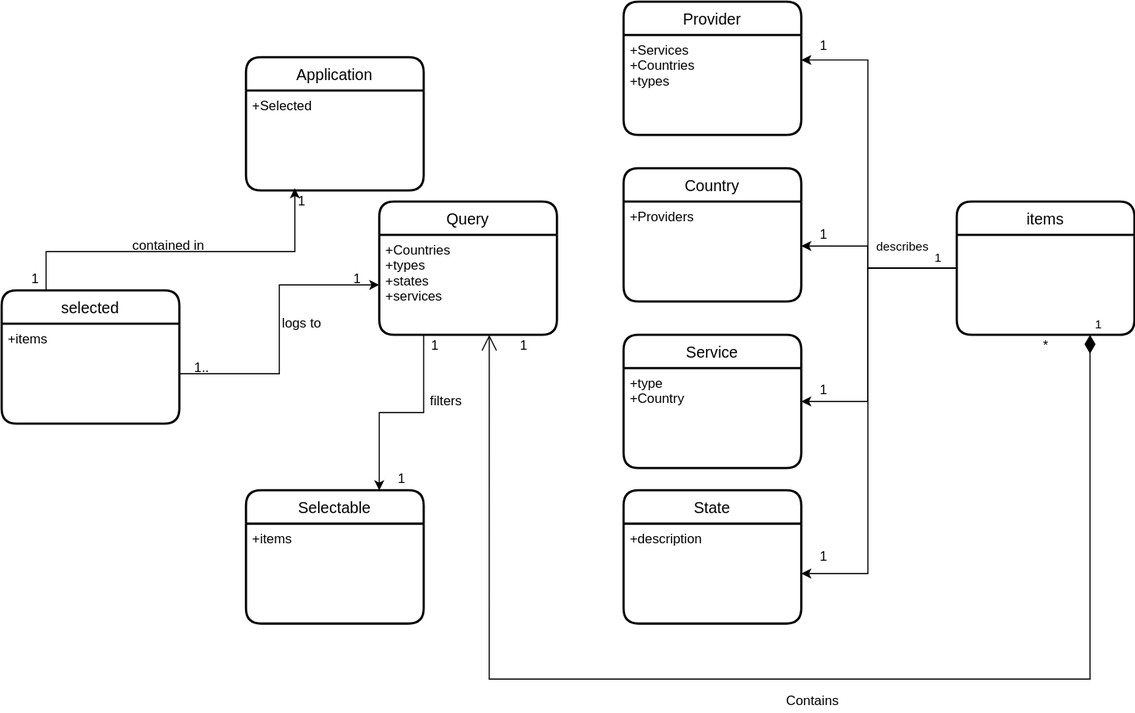
The draw.io diagram documentation/domain model/Domain_diagram.svg in Geostartico/Trusted-list-browser, before a commit. Source tidied: cells renumbered, new cells last; positions are measured from the earlier drawing's top-left corner, leaving out a move shared by most shapes.
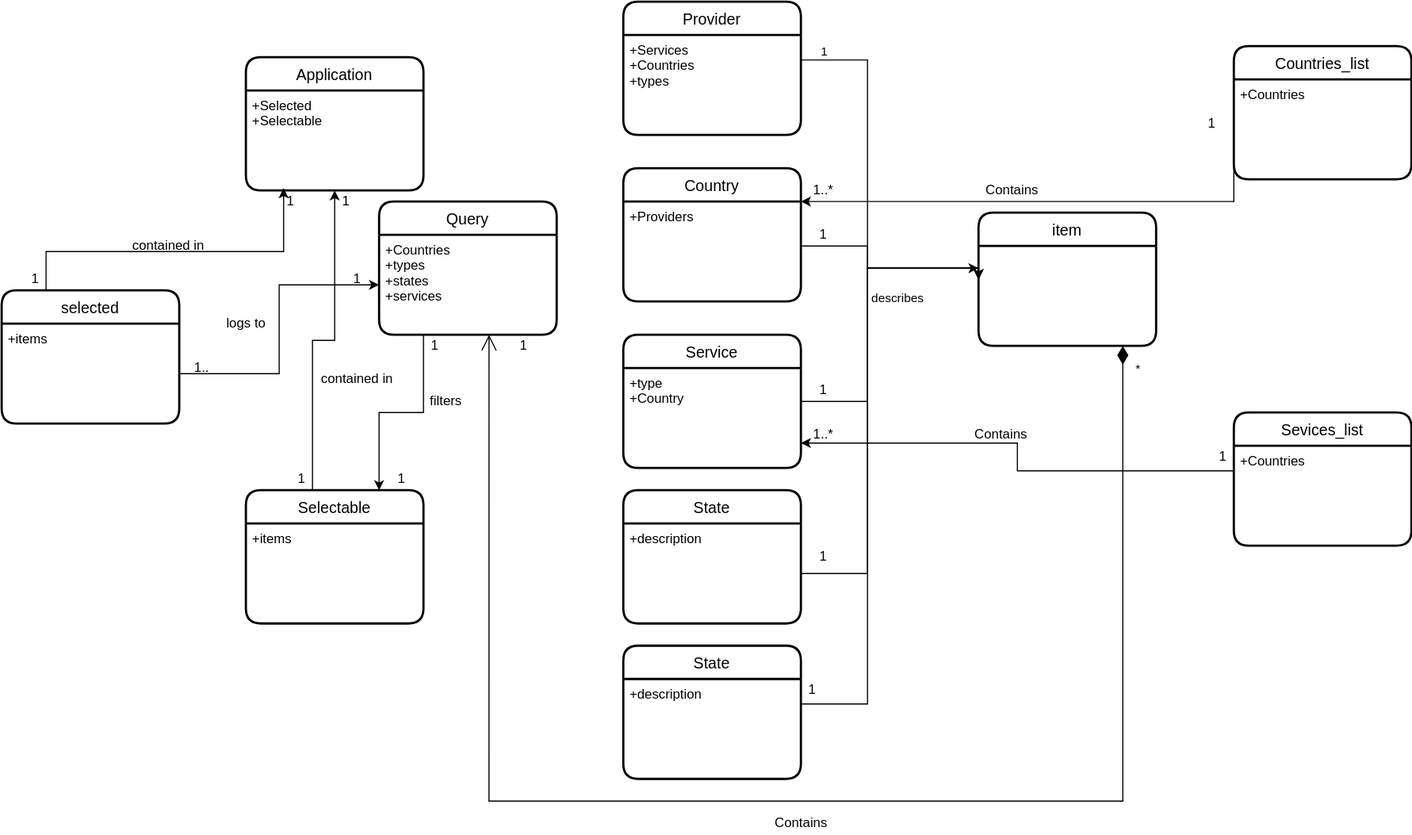
Above is the later version.

Commit message:
added internal behaviour diagram, updated domanin and use_cases

Diff of the diagram source:
```diff
@@ -44,64 +44,44 @@
     <mxCell id="15" value="Application" style="swimlane;horizontal=1;startSize=30;rounded=1;fontSize=14;fontStyle=0;strokeWidth=2;shadow=0;dashed=0;align=center;" parent="1" vertex="1">
       <mxGeometry x="220" y="50" width="160" height="120" as="geometry" />
     </mxCell>
-    <mxCell id="16" value="+Selected" style="align=left;strokeColor=none;fillColor=none;spacingLeft=4;fontSize=12;verticalAlign=top;" parent="15" vertex="1">
+    <mxCell id="16" value="+Selected&#10;+Selectable&#10;" style="align=left;strokeColor=none;fillColor=none;spacingLeft=4;fontSize=12;verticalAlign=top;" parent="15" vertex="1">
       <mxGeometry y="30" width="160" height="90" as="geometry" />
     </mxCell>
-    <mxCell id="17" style="edgeStyle=orthogonalEdgeStyle;rounded=0;jettySize=auto;html=1;exitX=0;exitY=0.5;exitDx=0;exitDy=0;entryX=1;entryY=0.25;entryDx=0;entryDy=0;" parent="1" edge="1" source="23" target="5">
-      <mxGeometry relative="1" as="geometry">
-        <Array as="points">
-          <mxPoint x="780" y="240" />
-          <mxPoint x="780" y="53" />
-        </Array>
-      </mxGeometry>
-    </mxCell>
-    <mxCell id="18" value="1" style="edgeLabel;html=1;align=center;verticalAlign=middle;" parent="17" vertex="1">
-      <mxGeometry x="-0.89" y="-1" relative="1" as="geometry">
-        <mxPoint y="-9" as="offset" />
-      </mxGeometry>
-    </mxCell>
-    <mxCell id="19" value="describes" style="edgeLabel;html=1;align=center;verticalAlign=middle;" parent="17" vertex="1">
-      <mxGeometry x="0.09" y="-2" relative="1" as="geometry">
-        <mxPoint x="28" y="79" as="offset" />
-      </mxGeometry>
-    </mxCell>
-    <mxCell id="20" style="edgeStyle=orthogonalEdgeStyle;rounded=0;jettySize=auto;html=1;" parent="1" edge="1" source="23">
+    <mxCell id="20" style="edgeStyle=orthogonalEdgeStyle;rounded=0;jettySize=auto;html=1;" parent="1" edge="1" target="23">
       <mxGeometry relative="1" as="geometry">
-        <mxPoint x="720" y="220" as="targetPoint" />
+        <mxPoint x="720" y="220" as="sourcePoint" />
         <Array as="points">
+          <mxPoint x="780" y="220" />
           <mxPoint x="780" y="240" />
-          <mxPoint x="780" y="220" />
         </Array>
       </mxGeometry>
     </mxCell>
-    <mxCell id="21" style="edgeStyle=orthogonalEdgeStyle;rounded=0;jettySize=auto;html=1;exitX=0;exitY=0.5;exitDx=0;exitDy=0;" parent="1" edge="1" source="23" target="6">
+    <mxCell id="21" style="edgeStyle=orthogonalEdgeStyle;rounded=0;jettySize=auto;html=1;entryX=0;entryY=0.5;entryDx=0;entryDy=0;" parent="1" edge="1" source="6" target="23">
       <mxGeometry relative="1" as="geometry">
         <Array as="points">
+          <mxPoint x="780" y="360" />
           <mxPoint x="780" y="240" />
-          <mxPoint x="780" y="360" />
         </Array>
       </mxGeometry>
     </mxCell>
-    <mxCell id="22" style="edgeStyle=orthogonalEdgeStyle;rounded=0;jettySize=auto;html=1;exitX=0;exitY=0.5;exitDx=0;exitDy=0;entryX=1;entryY=0.5;entryDx=0;entryDy=0;" parent="1" edge="1" source="23" target="11">
-      <mxGeometry relative="1" as="geometry">
-        <Array as="points">
-          <mxPoint x="780" y="240" />
-          <mxPoint x="780" y="515" />
-        </Array>
-      </mxGeometry>
-    </mxCell>
-    <mxCell id="23" value="items" style="swimlane;horizontal=1;startSize=30;rounded=1;fontSize=14;fontStyle=0;strokeWidth=2;shadow=0;dashed=0;align=center;" parent="1" vertex="1">
-      <mxGeometry x="860" y="180" width="160" height="120" as="geometry" />
+    <mxCell id="23" value="item" style="swimlane;horizontal=1;startSize=30;rounded=1;fontSize=14;fontStyle=0;strokeWidth=2;shadow=0;dashed=0;align=center;" parent="1" vertex="1">
+      <mxGeometry x="880" y="190" width="160" height="120" as="geometry" />
     </mxCell>
+    <mxCell id="45" style="edgeStyle=orthogonalEdgeStyle;rounded=0;jettySize=auto;html=1;exitX=0.25;exitY=0;exitDx=0;exitDy=0;entryX=0.5;entryY=1;entryDx=0;entryDy=0;" parent="1" edge="1" source="24" target="16">
+      <mxGeometry relative="1" as="geometry">
+        <Array as="points">
+          <mxPoint x="280" y="440" />
+          <mxPoint x="280" y="305" />
+          <mxPoint x="300" y="305" />
+        </Array>
+      </mxGeometry>
+    </mxCell>
     <mxCell id="24" value="Selectable" style="swimlane;horizontal=1;startSize=30;rounded=1;fontSize=14;fontStyle=0;strokeWidth=2;shadow=0;dashed=0;align=center;" parent="1" vertex="1">
       <mxGeometry x="220" y="440" width="160" height="120" as="geometry" />
     </mxCell>
     <mxCell id="25" value="+items&#10;" style="align=left;strokeColor=none;fillColor=none;spacingLeft=4;fontSize=12;verticalAlign=top;" parent="24" vertex="1">
       <mxGeometry y="30" width="160" height="90" as="geometry" />
     </mxCell>
-    <mxCell id="26" value="1" style="text;html=1;align=center;verticalAlign=middle;strokeColor=none;fillColor=none;" parent="1" vertex="1">
-      <mxGeometry x="730" y="30" width="20" height="20" as="geometry" />
-    </mxCell>
     <mxCell id="27" value="1" style="text;html=1;align=center;verticalAlign=middle;strokeColor=none;fillColor=none;" parent="1" vertex="1">
       <mxGeometry x="730" y="200" width="20" height="20" as="geometry" />
     </mxCell>
@@ -112,11 +92,8 @@
       <mxGeometry x="730" y="490" width="20" height="20" as="geometry" />
     </mxCell>
     <mxCell id="30" value="Contains" style="text;html=1;align=center;verticalAlign=middle;strokeColor=none;fillColor=none;" parent="1" vertex="1">
-      <mxGeometry x="700" y="620" width="60" height="20" as="geometry" />
+      <mxGeometry x="690" y="730" width="60" height="20" as="geometry" />
     </mxCell>
-    <mxCell id="31" value="*" style="text;html=1;align=center;verticalAlign=middle;strokeColor=none;fillColor=none;" parent="1" vertex="1">
-      <mxGeometry x="930" y="300" width="20" height="20" as="geometry" />
-    </mxCell>
     <mxCell id="32" value="1" style="text;html=1;align=center;verticalAlign=middle;strokeColor=none;fillColor=none;" parent="1" vertex="1">
       <mxGeometry x="460" y="300" width="20" height="20" as="geometry" />
     </mxCell>
@@ -127,16 +104,17 @@
       <mxGeometry x="110" y="210" width="80" height="20" as="geometry" />
     </mxCell>
     <mxCell id="35" value="1" style="text;html=1;align=center;verticalAlign=middle;points=[];strokeColor=none;fillColor=none;" parent="1" vertex="1">
-      <mxGeometry x="260" y="170" width="20" height="20" as="geometry" />
+      <mxGeometry x="250" y="170" width="20" height="20" as="geometry" />
     </mxCell>
     <mxCell id="36" value="1" style="text;html=1;align=center;verticalAlign=middle;strokeColor=none;fillColor=none;" parent="1" vertex="1">
       <mxGeometry x="20" y="240" width="20" height="20" as="geometry" />
     </mxCell>
-    <mxCell id="37" value="1" style="endArrow=open;html=1;endSize=12;startArrow=diamondThin;startSize=14;startFill=1;edgeStyle=orthogonalEdgeStyle;align=left;verticalAlign=bottom;rounded=0;exitX=0.75;exitY=1;exitDx=0;exitDy=0;entryX=0.619;entryY=1;entryDx=0;entryDy=0;entryPerimeter=0;" parent="1" edge="1" source="23" target="9">
-      <mxGeometry x="-1" y="3" relative="1" as="geometry">
+    <mxCell id="37" value="*" style="endArrow=open;html=1;endSize=12;startArrow=diamondThin;startSize=14;startFill=1;edgeStyle=orthogonalEdgeStyle;align=left;verticalAlign=bottom;rounded=0;entryX=0.619;entryY=1;entryDx=0;entryDy=0;entryPerimeter=0;" parent="1" edge="1" target="9">
+      <mxGeometry x="-0.96" y="10" relative="1" as="geometry">
+        <mxPoint x="1010" y="310" as="sourcePoint" />
         <Array as="points">
-          <mxPoint x="980" y="610" />
-          <mxPoint x="439" y="610" />
+          <mxPoint x="1010" y="720" />
+          <mxPoint x="439" y="720" />
         </Array>
       </mxGeometry>
     </mxCell>
@@ -156,10 +134,103 @@
       <mxGeometry x="165" y="320" width="30" height="20" as="geometry" />
     </mxCell>
     <mxCell id="43" value="logs to" style="text;html=1;align=center;verticalAlign=middle;strokeColor=none;fillColor=none;" parent="1" vertex="1">
-      <mxGeometry x="245" y="280" width="50" height="20" as="geometry" />
+      <mxGeometry x="195" y="280" width="50" height="20" as="geometry" />
     </mxCell>
     <mxCell id="44" value="1" style="text;html=1;align=center;verticalAlign=middle;strokeColor=none;fillColor=none;" parent="1" vertex="1">
       <mxGeometry x="310" y="240" width="20" height="20" as="geometry" />
     </mxCell>
+    <mxCell id="46" value="contained in" style="text;html=1;align=center;verticalAlign=middle;strokeColor=none;fillColor=none;" parent="1" vertex="1">
+      <mxGeometry x="280" y="330" width="80" height="20" as="geometry" />
+    </mxCell>
+    <mxCell id="47" value="1" style="text;html=1;align=center;verticalAlign=middle;strokeColor=none;fillColor=none;" parent="1" vertex="1">
+      <mxGeometry x="260" y="420" width="20" height="20" as="geometry" />
+    </mxCell>
+    <mxCell id="48" value="1" style="text;html=1;align=center;verticalAlign=middle;strokeColor=none;fillColor=none;" parent="1" vertex="1">
+      <mxGeometry x="300" y="170" width="20" height="20" as="geometry" />
+    </mxCell>
+    <mxCell id="49" value="Countries_list" style="swimlane;horizontal=1;startSize=30;rounded=1;fontSize=14;fontStyle=0;strokeWidth=2;shadow=0;dashed=0;align=center;" parent="1" vertex="1">
+      <mxGeometry x="1110" y="40" width="160" height="120" as="geometry" />
+    </mxCell>
+    <mxCell id="50" value="+Countries" style="align=left;strokeColor=none;fillColor=none;spacingLeft=4;fontSize=12;verticalAlign=top;" parent="49" vertex="1">
+      <mxGeometry y="30" width="160" height="90" as="geometry" />
+    </mxCell>
+    <mxCell id="51" value="1" style="text;html=1;align=center;verticalAlign=middle;strokeColor=none;fillColor=none;" parent="1" vertex="1">
+      <mxGeometry x="1080" y="100" width="20" height="20" as="geometry" />
+    </mxCell>
+    <mxCell id="52" style="edgeStyle=orthogonalEdgeStyle;rounded=0;jettySize=auto;html=1;exitX=0;exitY=0.75;exitDx=0;exitDy=0;entryX=1;entryY=0;entryDx=0;entryDy=0;" parent="1" edge="1" source="50" target="3">
+      <mxGeometry relative="1" as="geometry">
+        <Array as="points">
+          <mxPoint x="1110" y="180" />
+        </Array>
+      </mxGeometry>
+    </mxCell>
+    <mxCell id="53" value="1..*" style="text;html=1;align=center;verticalAlign=middle;strokeColor=none;fillColor=none;" parent="1" vertex="1">
+      <mxGeometry x="725" y="160" width="30" height="20" as="geometry" />
+    </mxCell>
+    <mxCell id="54" value="Sevices_list" style="swimlane;horizontal=1;startSize=30;rounded=1;fontSize=14;fontStyle=0;strokeWidth=2;shadow=0;dashed=0;align=center;" parent="1" vertex="1">
+      <mxGeometry x="1110" y="370" width="160" height="120" as="geometry" />
+    </mxCell>
+    <mxCell id="55" value="+Countries" style="align=left;strokeColor=none;fillColor=none;spacingLeft=4;fontSize=12;verticalAlign=top;" parent="54" vertex="1">
+      <mxGeometry y="30" width="160" height="90" as="geometry" />
+    </mxCell>
+    <mxCell id="56" value="Contains" style="text;html=1;align=center;verticalAlign=middle;strokeColor=none;fillColor=none;" parent="1" vertex="1">
+      <mxGeometry x="880" y="160" width="60" height="20" as="geometry" />
+    </mxCell>
+    <mxCell id="57" value="State" style="swimlane;horizontal=1;startSize=30;rounded=1;fontSize=14;fontStyle=0;strokeWidth=2;shadow=0;dashed=0;align=center;" parent="1" vertex="1">
+      <mxGeometry x="560" y="580" width="160" height="120" as="geometry" />
+    </mxCell>
+    <mxCell id="58" value="+description" style="align=left;strokeColor=none;fillColor=none;spacingLeft=4;fontSize=12;verticalAlign=top;" parent="57" vertex="1">
+      <mxGeometry y="30" width="160" height="90" as="geometry" />
+    </mxCell>
+    <mxCell id="59" value="1" style="text;html=1;align=center;verticalAlign=middle;strokeColor=none;fillColor=none;" parent="1" vertex="1">
+      <mxGeometry x="720" y="610" width="20" height="20" as="geometry" />
+    </mxCell>
+    <mxCell id="60" style="edgeStyle=orthogonalEdgeStyle;rounded=0;jettySize=auto;html=1;exitX=0;exitY=0.25;exitDx=0;exitDy=0;entryX=1;entryY=0.75;entryDx=0;entryDy=0;" parent="1" edge="1" source="55" target="7">
+      <mxGeometry relative="1" as="geometry" />
+    </mxCell>
+    <mxCell id="61" value="1..*" style="text;html=1;align=center;verticalAlign=middle;strokeColor=none;fillColor=none;" parent="1" vertex="1">
+      <mxGeometry x="725" y="380" width="30" height="20" as="geometry" />
+    </mxCell>
+    <mxCell id="62" value="1" style="text;html=1;align=center;verticalAlign=middle;strokeColor=none;fillColor=none;" parent="1" vertex="1">
+      <mxGeometry x="1090" y="400" width="20" height="20" as="geometry" />
+    </mxCell>
+    <mxCell id="63" value="Contains" style="text;html=1;align=center;verticalAlign=middle;strokeColor=none;fillColor=none;" parent="1" vertex="1">
+      <mxGeometry x="870" y="380" width="60" height="20" as="geometry" />
+    </mxCell>
+    <mxCell id="64" style="edgeStyle=orthogonalEdgeStyle;rounded=0;jettySize=auto;html=1;exitX=1;exitY=0.25;exitDx=0;exitDy=0;entryX=0;entryY=0.5;entryDx=0;entryDy=0;" parent="1" edge="1" source="58" target="23">
+      <mxGeometry relative="1" as="geometry">
+        <Array as="points">
+          <mxPoint x="780" y="633" />
+          <mxPoint x="780" y="240" />
+          <mxPoint x="880" y="240" />
+        </Array>
+      </mxGeometry>
+    </mxCell>
+    <mxCell id="22" style="edgeStyle=orthogonalEdgeStyle;rounded=0;jettySize=auto;html=1;exitX=1;exitY=0.5;exitDx=0;exitDy=0;entryX=0;entryY=0.5;entryDx=0;entryDy=0;" parent="1" edge="1" source="11" target="23">
+      <mxGeometry relative="1" as="geometry">
+        <Array as="points">
+          <mxPoint x="780" y="515" />
+          <mxPoint x="780" y="240" />
+        </Array>
+      </mxGeometry>
+    </mxCell>
+    <mxCell id="17" style="edgeStyle=orthogonalEdgeStyle;rounded=0;jettySize=auto;html=1;exitX=1;exitY=0.25;exitDx=0;exitDy=0;entryX=0;entryY=0.5;entryDx=0;entryDy=0;" parent="1" edge="1" source="5" target="23">
+      <mxGeometry relative="1" as="geometry">
+        <Array as="points">
+          <mxPoint x="780" y="53" />
+          <mxPoint x="780" y="240" />
+        </Array>
+      </mxGeometry>
+    </mxCell>
+    <mxCell id="18" value="1" style="edgeLabel;html=1;align=center;verticalAlign=middle;" parent="17" vertex="1">
+      <mxGeometry x="-0.89" y="-1" relative="1" as="geometry">
+        <mxPoint y="-9" as="offset" />
+      </mxGeometry>
+    </mxCell>
+    <mxCell id="19" value="describes" style="edgeLabel;html=1;align=center;verticalAlign=middle;" parent="17" vertex="1">
+      <mxGeometry x="0.09" y="-2" relative="1" as="geometry">
+        <mxPoint x="28" y="79" as="offset" />
+      </mxGeometry>
+    </mxCell>
   </root>
 </mxGraphModel>
```
